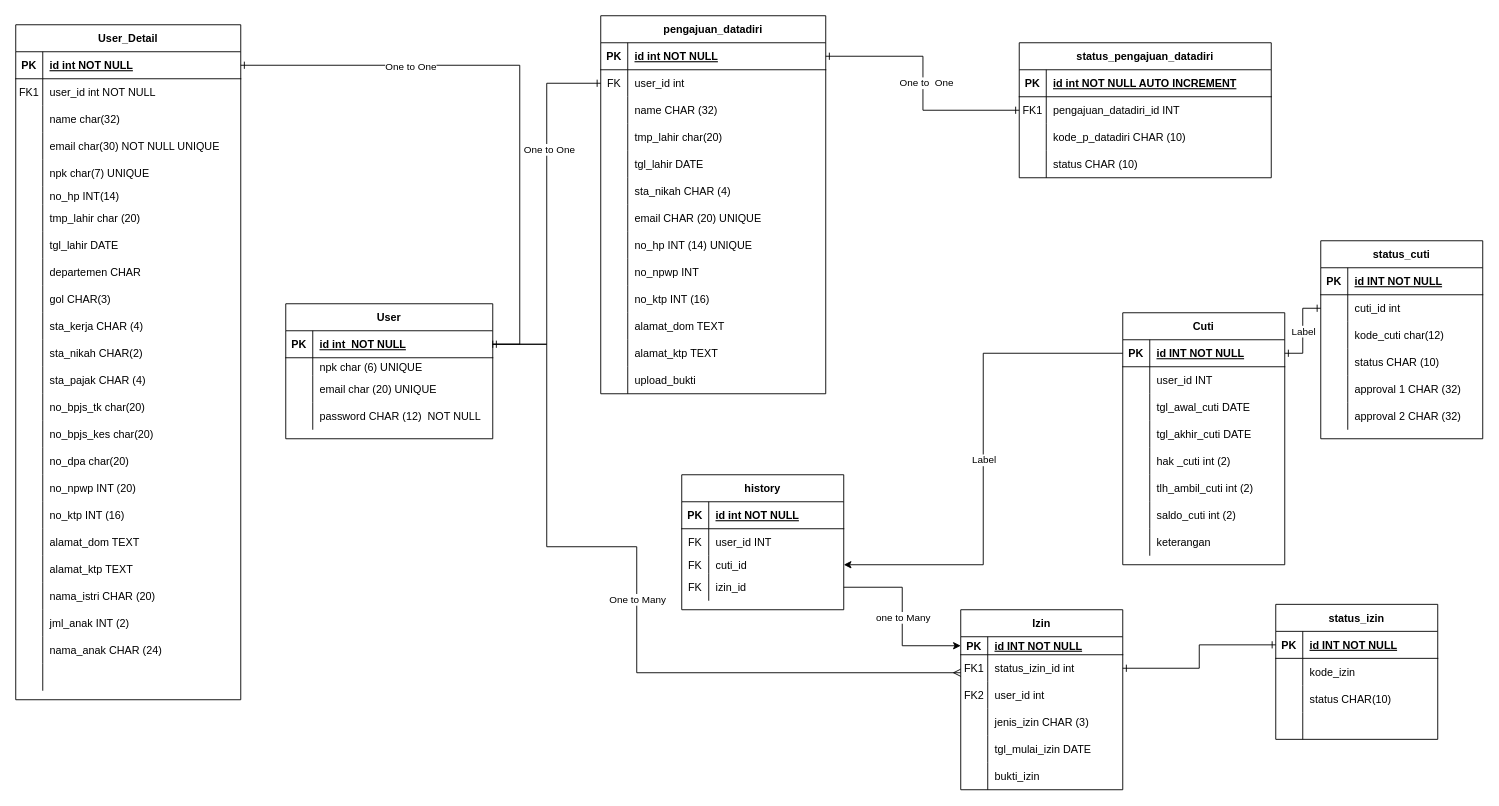
Before: ERDS1AR/ERD S1AR.drawio in magang-aiia/ERD-Diagram, a draw.io diagram. Source tidied: cells renumbered, new cells numbered last; positions are measured from the earlier drawing's top-left corner, leaving out a move shared by most shapes. Both pictures are drawn from the tidied source at 90%, with x=0, y=0 at pixel (15, 15).
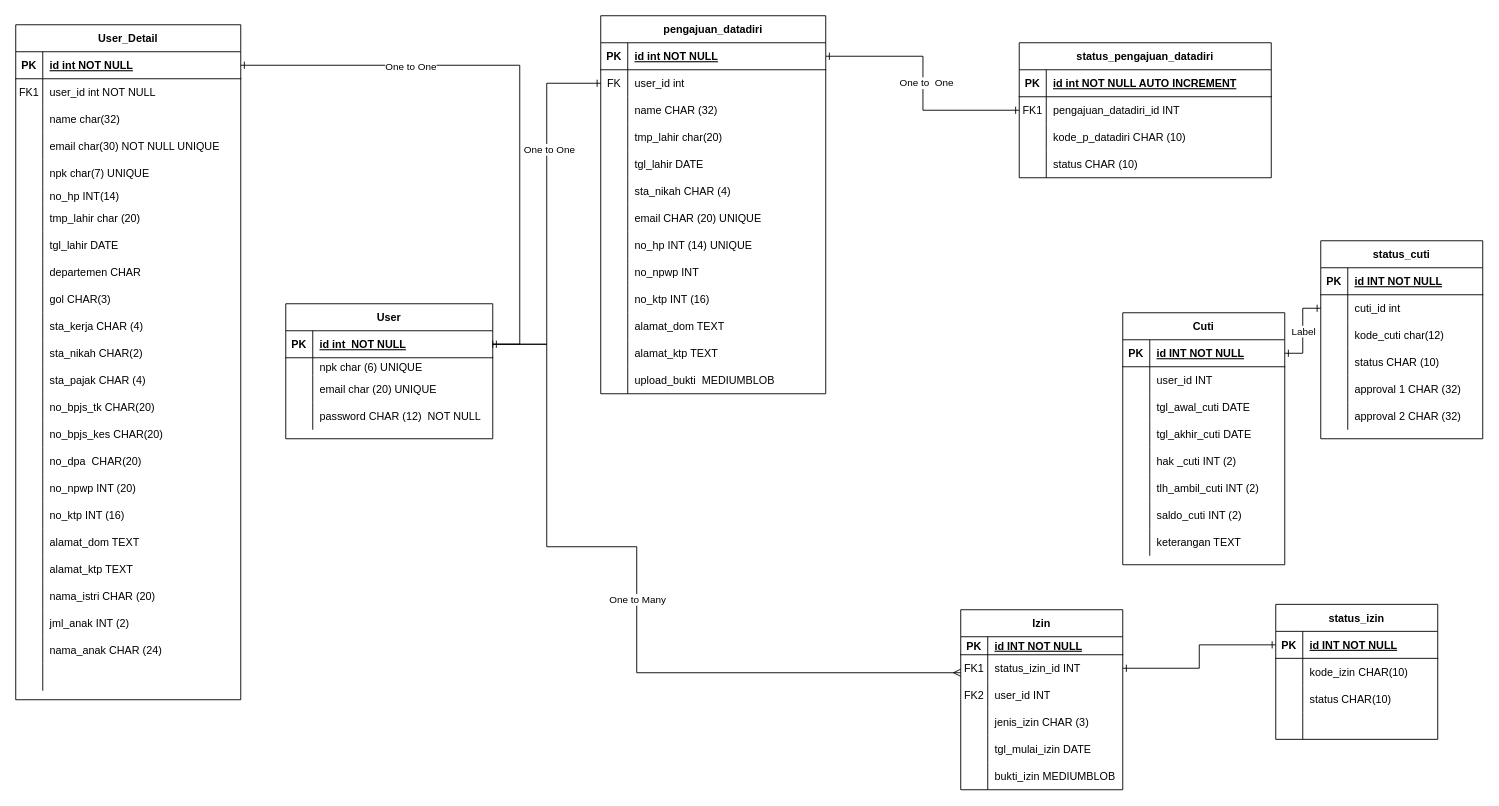
The same diagram, later.

Unchanged cells that the change refers to:
```xml
<mxCell id="42" style="shape=partialRectangle;fillColor=none;top=0;left=0;right=0;bottom=0;" parent="2" vertex="1">
  <mxGeometry y="410" width="250" height="30" as="geometry" />
</mxCell>
<mxCell id="45" style="shape=partialRectangle;fillColor=none;top=0;left=0;right=0;bottom=0;" parent="2" vertex="1">
  <mxGeometry y="440" width="250" height="30" as="geometry" />
</mxCell>
<mxCell id="48" style="shape=partialRectangle;fillColor=none;top=0;left=0;right=0;bottom=0;" parent="2" vertex="1">
  <mxGeometry y="470" width="250" height="30" as="geometry" />
</mxCell>
<mxCell id="112" style="shape=partialRectangle;fillColor=none;top=0;left=0;right=0;bottom=0;" parent="75" vertex="1">
  <mxGeometry y="390" width="250" height="30" as="geometry" />
</mxCell>
<mxCell id="129" style="shape=tableRow;horizontal=0;startSize=0;swimlaneHead=0;swimlaneBody=0;fillColor=none;points=[[0,0.5],[1,0.5]];portConstraint=eastwest;top=0;left=0;right=0;bottom=1;rounded=0;" parent="128" vertex="1">
  <mxGeometry y="30" width="180" height="30" as="geometry" />
</mxCell>
<mxCell id="141" style="shape=tableRow;horizontal=0;startSize=0;swimlaneHead=0;swimlaneBody=0;fillColor=none;top=0;left=0;right=0;bottom=0;rounded=0;" parent="128" vertex="1">
  <mxGeometry y="150" width="180" height="30" as="geometry" />
</mxCell>
<mxCell id="144" style="shape=tableRow;horizontal=0;startSize=0;swimlaneHead=0;swimlaneBody=0;fillColor=none;top=0;left=0;right=0;bottom=0;rounded=0;" parent="128" vertex="1">
  <mxGeometry y="180" width="180" height="30" as="geometry" />
</mxCell>
<mxCell id="147" style="shape=tableRow;horizontal=0;startSize=0;swimlaneHead=0;swimlaneBody=0;fillColor=none;top=0;left=0;right=0;bottom=0;rounded=0;" parent="128" vertex="1">
  <mxGeometry y="210" width="180" height="30" as="geometry" />
</mxCell>
<mxCell id="150" style="shape=tableRow;horizontal=0;startSize=0;swimlaneHead=0;swimlaneBody=0;fillColor=none;top=0;left=0;right=0;bottom=0;rounded=0;" parent="128" vertex="1">
  <mxGeometry y="240" width="180" height="30" as="geometry" />
</mxCell>
<mxCell id="154" style="shape=tableRow;horizontal=0;startSize=0;swimlaneHead=0;swimlaneBody=0;fillColor=none;points=[[0,0.5],[1,0.5]];portConstraint=eastwest;top=0;left=0;right=0;bottom=1;rounded=0;" parent="153" vertex="1">
  <mxGeometry y="30" width="180" height="20" as="geometry" />
</mxCell>
<mxCell id="157" style="shape=tableRow;horizontal=0;startSize=0;swimlaneHead=0;swimlaneBody=0;fillColor=none;points=[[0,0.5],[1,0.5]];portConstraint=eastwest;top=0;left=0;right=0;bottom=0;rounded=0;" parent="153" vertex="1">
  <mxGeometry y="50" width="180" height="30" as="geometry" />
</mxCell>
<mxCell id="160" style="shape=tableRow;horizontal=0;startSize=0;swimlaneHead=0;swimlaneBody=0;fillColor=none;top=0;left=0;right=0;bottom=0;rounded=0;" parent="153" vertex="1">
  <mxGeometry y="80" width="180" height="30" as="geometry" />
</mxCell>
<mxCell id="169" style="shape=tableRow;horizontal=0;startSize=0;swimlaneHead=0;swimlaneBody=0;fillColor=none;top=0;left=0;right=0;bottom=0;rounded=0;" parent="153" vertex="1">
  <mxGeometry y="170" width="180" height="30" as="geometry" />
</mxCell>
<mxCell id="208" style="shape=tableRow;horizontal=0;startSize=0;swimlaneHead=0;swimlaneBody=0;fillColor=none;top=0;left=0;right=0;bottom=0;rounded=0;" parent="204" vertex="1">
  <mxGeometry y="60" width="180" height="30" as="geometry" />
</mxCell>
```

Diff of the diagram source:
```diff
@@
-    <mxCell id="44" value="no_bpjs_tk char(20)" style="shape=partialRectangle;overflow=hidden;fillColor=none;top=0;left=0;bottom=0;right=0;align=left;spacingLeft=6;" parent="42" vertex="1">
+    <mxCell id="44" value="no_bpjs_tk CHAR(20)" style="shape=partialRectangle;overflow=hidden;fillColor=none;top=0;left=0;bottom=0;right=0;align=left;spacingLeft=6;" parent="42" vertex="1">
       <mxGeometry x="30" width="220" height="30" as="geometry" />
     </mxCell>
@@
-    <mxCell id="47" value="no_bpjs_kes char(20)" style="shape=partialRectangle;overflow=hidden;fillColor=none;top=0;left=0;bottom=0;right=0;align=left;spacingLeft=6;" parent="45" vertex="1">
+    <mxCell id="47" value="no_bpjs_kes CHAR(20)" style="shape=partialRectangle;overflow=hidden;fillColor=none;top=0;left=0;bottom=0;right=0;align=left;spacingLeft=6;" parent="45" vertex="1">
       <mxGeometry x="30" width="220" height="30" as="geometry" />
     </mxCell>
@@
-    <mxCell id="50" value="no_dpa char(20)" style="shape=partialRectangle;overflow=hidden;fillColor=none;top=0;left=0;bottom=0;right=0;align=left;spacingLeft=6;" parent="48" vertex="1">
+    <mxCell id="50" value="no_dpa  CHAR(20)" style="shape=partialRectangle;overflow=hidden;fillColor=none;top=0;left=0;bottom=0;right=0;align=left;spacingLeft=6;" parent="48" vertex="1">
       <mxGeometry x="30" width="220" height="30" as="geometry" />
     </mxCell>
@@
-    <mxCell id="114" value="upload_bukti" style="shape=partialRectangle;overflow=hidden;fillColor=none;top=0;left=0;bottom=0;right=0;align=left;spacingLeft=6;" parent="112" vertex="1">
+    <mxCell id="114" value="upload_bukti  MEDIUMBLOB" style="shape=partialRectangle;overflow=hidden;fillColor=none;top=0;left=0;bottom=0;right=0;align=left;spacingLeft=6;" parent="112" vertex="1">
       <mxGeometry x="30" width="220" height="30" as="geometry" />
     </mxCell>
@@
-    <mxCell id="143" value="hak _cuti int (2)" style="shape=partialRectangle;fillColor=none;top=0;left=0;bottom=0;right=0;align=left;spacingLeft=6;overflow=hidden;rounded=0;" parent="141" vertex="1">
+    <mxCell id="143" value="hak _cuti INT (2)" style="shape=partialRectangle;fillColor=none;top=0;left=0;bottom=0;right=0;align=left;spacingLeft=6;overflow=hidden;rounded=0;" parent="141" vertex="1">
       <mxGeometry x="30" width="150" height="30" as="geometry" />
     </mxCell>
@@
-    <mxCell id="146" value="tlh_ambil_cuti int (2)" style="shape=partialRectangle;fillColor=none;top=0;left=0;bottom=0;right=0;align=left;spacingLeft=6;overflow=hidden;rounded=0;" parent="144" vertex="1">
+    <mxCell id="146" value="tlh_ambil_cuti INT (2)" style="shape=partialRectangle;fillColor=none;top=0;left=0;bottom=0;right=0;align=left;spacingLeft=6;overflow=hidden;rounded=0;" parent="144" vertex="1">
       <mxGeometry x="30" width="150" height="30" as="geometry" />
     </mxCell>
@@
-    <mxCell id="149" value="saldo_cuti int (2)" style="shape=partialRectangle;fillColor=none;top=0;left=0;bottom=0;right=0;align=left;spacingLeft=6;overflow=hidden;rounded=0;" parent="147" vertex="1">
+    <mxCell id="149" value="saldo_cuti INT (2)" style="shape=partialRectangle;fillColor=none;top=0;left=0;bottom=0;right=0;align=left;spacingLeft=6;overflow=hidden;rounded=0;" parent="147" vertex="1">
       <mxGeometry x="30" width="150" height="30" as="geometry" />
     </mxCell>
@@
-    <mxCell id="152" value="keterangan" style="shape=partialRectangle;fillColor=none;top=0;left=0;bottom=0;right=0;align=left;spacingLeft=6;overflow=hidden;rounded=0;" parent="150" vertex="1">
+    <mxCell id="152" value="keterangan TEXT" style="shape=partialRectangle;fillColor=none;top=0;left=0;bottom=0;right=0;align=left;spacingLeft=6;overflow=hidden;rounded=0;" parent="150" vertex="1">
       <mxGeometry x="30" width="150" height="30" as="geometry" />
     </mxCell>
@@
-    <mxCell id="159" value="status_izin_id int" style="shape=partialRectangle;fillColor=none;top=0;left=0;bottom=0;right=0;align=left;spacingLeft=6;overflow=hidden;rounded=0;" parent="157" vertex="1">
+    <mxCell id="159" value="status_izin_id INT" style="shape=partialRectangle;fillColor=none;top=0;left=0;bottom=0;right=0;align=left;spacingLeft=6;overflow=hidden;rounded=0;" parent="157" vertex="1">
       <mxGeometry x="30" width="150" height="30" as="geometry" />
     </mxCell>
@@
-    <mxCell id="162" value="user_id int " style="shape=partialRectangle;fillColor=none;top=0;left=0;bottom=0;right=0;align=left;spacingLeft=6;overflow=hidden;rounded=0;" parent="160" vertex="1">
+    <mxCell id="162" value="user_id INT " style="shape=partialRectangle;fillColor=none;top=0;left=0;bottom=0;right=0;align=left;spacingLeft=6;overflow=hidden;rounded=0;" parent="160" vertex="1">
       <mxGeometry x="30" width="150" height="30" as="geometry" />
     </mxCell>
@@
-    <mxCell id="171" value="bukti_izin" style="shape=partialRectangle;fillColor=none;top=0;left=0;bottom=0;right=0;align=left;spacingLeft=6;overflow=hidden;rounded=0;" parent="169" vertex="1">
+    <mxCell id="171" value="bukti_izin MEDIUMBLOB" style="shape=partialRectangle;fillColor=none;top=0;left=0;bottom=0;right=0;align=left;spacingLeft=6;overflow=hidden;rounded=0;" parent="169" vertex="1">
       <mxGeometry x="30" width="150" height="30" as="geometry" />
     </mxCell>
@@
-    <mxCell id="210" value="kode_izin" style="shape=partialRectangle;fillColor=none;top=0;left=0;bottom=0;right=0;align=left;spacingLeft=6;overflow=hidden;rounded=0;" parent="208" vertex="1">
+    <mxCell id="210" value="kode_izin CHAR(10)" style="shape=partialRectangle;fillColor=none;top=0;left=0;bottom=0;right=0;align=left;spacingLeft=6;overflow=hidden;rounded=0;" parent="208" vertex="1">
       <mxGeometry x="30" width="150" height="30" as="geometry" />
     </mxCell>
@@
-    <mxCell id="217" value="history" style="shape=table;startSize=30;childLayout=tableLayout;rowLines=0;fontStyle=1;align=center;rounded=0;" parent="1" vertex="1">
-      <mxGeometry x="740" y="510" width="180" height="150" as="geometry" />
-    </mxCell>
-    <mxCell id="218" style="shape=tableRow;horizontal=0;startSize=0;swimlaneHead=0;swimlaneBody=0;fillColor=none;top=0;left=0;right=0;bottom=1;rounded=0;" parent="217" vertex="1">
-      <mxGeometry y="30" width="180" height="30" as="geometry" />
-    </mxCell>
-    <mxCell id="219" value="PK" style="shape=partialRectangle;fillColor=none;top=0;left=0;bottom=0;right=0;fontStyle=1;overflow=hidden;rounded=0;" parent="218" vertex="1">
-      <mxGeometry width="30" height="30" as="geometry" />
-    </mxCell>
-    <mxCell id="220" value="id int NOT NULL" style="shape=partialRectangle;fillColor=none;top=0;left=0;bottom=0;right=0;align=left;spacingLeft=6;fontStyle=5;overflow=hidden;rounded=0;" parent="218" vertex="1">
-      <mxGeometry x="30" width="150" height="30" as="geometry" />
-    </mxCell>
-    <mxCell id="221" style="shape=tableRow;horizontal=0;startSize=0;swimlaneHead=0;swimlaneBody=0;fillColor=none;top=0;left=0;right=0;bottom=0;rounded=0;" parent="217" vertex="1">
-      <mxGeometry y="60" width="180" height="30" as="geometry" />
-    </mxCell>
-    <mxCell id="222" value="FK" style="shape=partialRectangle;fillColor=none;top=0;left=0;bottom=0;right=0;overflow=hidden;rounded=0;" parent="221" vertex="1">
-      <mxGeometry width="30" height="30" as="geometry" />
-    </mxCell>
-    <mxCell id="223" value="user_id INT" style="shape=partialRectangle;fillColor=none;top=0;left=0;bottom=0;right=0;align=left;spacingLeft=6;overflow=hidden;rounded=0;" parent="221" vertex="1">
-      <mxGeometry x="30" width="150" height="30" as="geometry" />
-    </mxCell>
-    <mxCell id="224" style="shape=tableRow;horizontal=0;startSize=0;swimlaneHead=0;swimlaneBody=0;fillColor=none;points=[[0,0.5],[1,0.5]];portConstraint=eastwest;top=0;left=0;right=0;bottom=0;rounded=0;" parent="217" vertex="1">
-      <mxGeometry y="90" width="180" height="20" as="geometry" />
-    </mxCell>
-    <mxCell id="225" value="FK" style="shape=partialRectangle;fillColor=none;top=0;left=0;bottom=0;right=0;overflow=hidden;rounded=0;" parent="224" vertex="1">
-      <mxGeometry width="30" height="20" as="geometry" />
-    </mxCell>
-    <mxCell id="226" value="cuti_id" style="shape=partialRectangle;fillColor=none;top=0;left=0;bottom=0;right=0;align=left;spacingLeft=6;overflow=hidden;rounded=0;" parent="224" vertex="1">
-      <mxGeometry x="30" width="150" height="20" as="geometry" />
-    </mxCell>
-    <mxCell id="227" style="shape=tableRow;horizontal=0;startSize=0;swimlaneHead=0;swimlaneBody=0;fillColor=none;points=[[0,0.5],[1,0.5]];portConstraint=eastwest;top=0;left=0;right=0;bottom=0;rounded=0;" parent="217" vertex="1">
-      <mxGeometry y="110" width="180" height="30" as="geometry" />
-    </mxCell>
-    <mxCell id="228" value="FK" style="shape=partialRectangle;fillColor=none;top=0;left=0;bottom=0;right=0;overflow=hidden;rounded=0;" parent="227" vertex="1">
-      <mxGeometry width="30" height="30" as="geometry" />
-    </mxCell>
-    <mxCell id="229" value="izin_id" style="shape=partialRectangle;fillColor=none;top=0;left=0;bottom=0;right=0;align=left;spacingLeft=6;overflow=hidden;rounded=0;" parent="227" vertex="1">
-      <mxGeometry x="30" width="150" height="30" as="geometry" />
-    </mxCell>
@@
-    <mxCell id="241" style="endArrow=classic;html=1;rounded=0;exitX=1;exitY=0.5;exitDx=0;exitDy=0;entryX=0;entryY=0.5;entryDx=0;entryDy=0;edgeStyle=elbowEdgeStyle;" parent="1" edge="1" source="227" target="154">
-      <mxGeometry relative="1" as="geometry" />
-    </mxCell>
-    <mxCell id="242" value="one to Many" style="edgeLabel;html=1;align=center;verticalAlign=middle;" parent="241" vertex="1">
-      <mxGeometry relative="1" as="geometry" />
-    </mxCell>
-    <mxCell id="243" style="endArrow=classic;html=1;rounded=0;exitX=0;exitY=0.5;exitDx=0;exitDy=0;entryX=1;entryY=0.5;entryDx=0;entryDy=0;edgeStyle=elbowEdgeStyle;" parent="1" edge="1" source="129" target="224">
-      <mxGeometry relative="1" as="geometry" />
-    </mxCell>
-    <mxCell id="244" value="Label" style="edgeLabel;html=1;align=center;verticalAlign=middle;" parent="243" vertex="1">
-      <mxGeometry relative="1" as="geometry" />
-    </mxCell>
```
